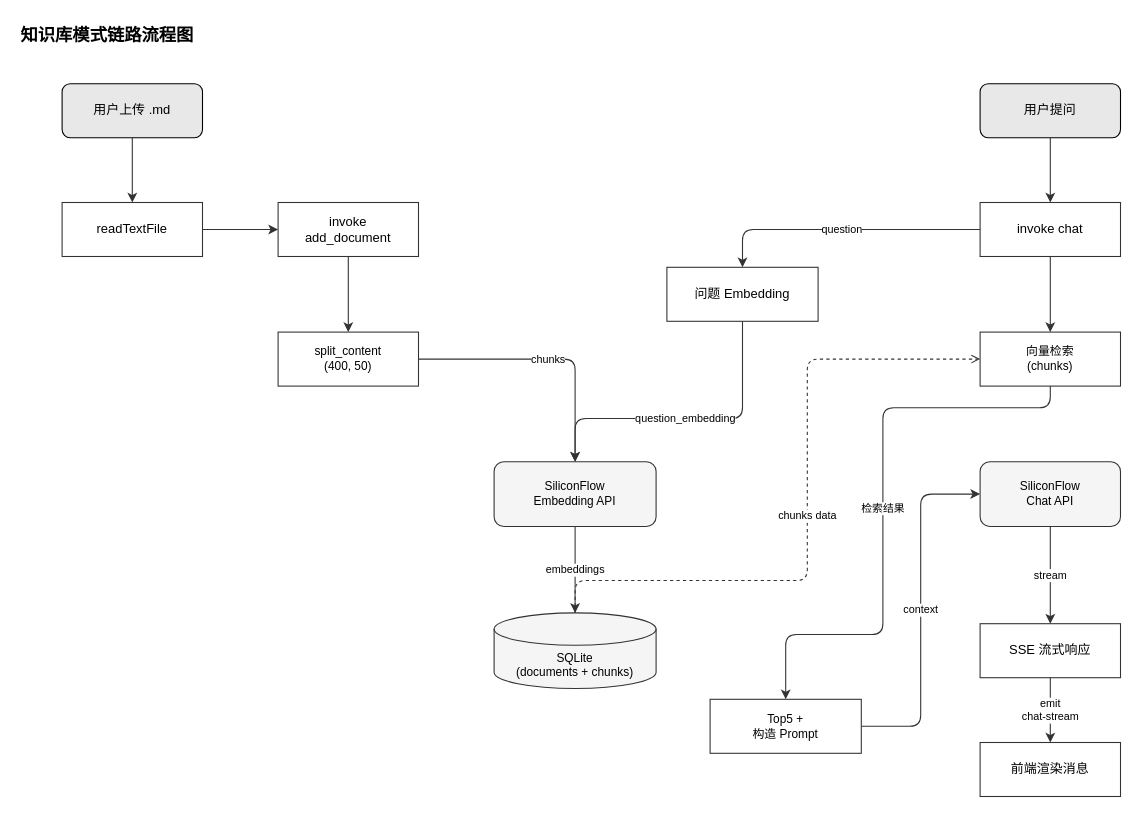
This is docs/diagrams/knowledge-base-flow.drawio from zhoumowan/zmark, a draw.io file, before an edit. Source tidied: cells renumbered, new cells numbered last; positions are measured from the earlier drawing's top-left corner, leaving out a move shared by most shapes. Both pictures are drawn from the tidied source at 108%, with x=0, y=0 at pixel (18, 18).
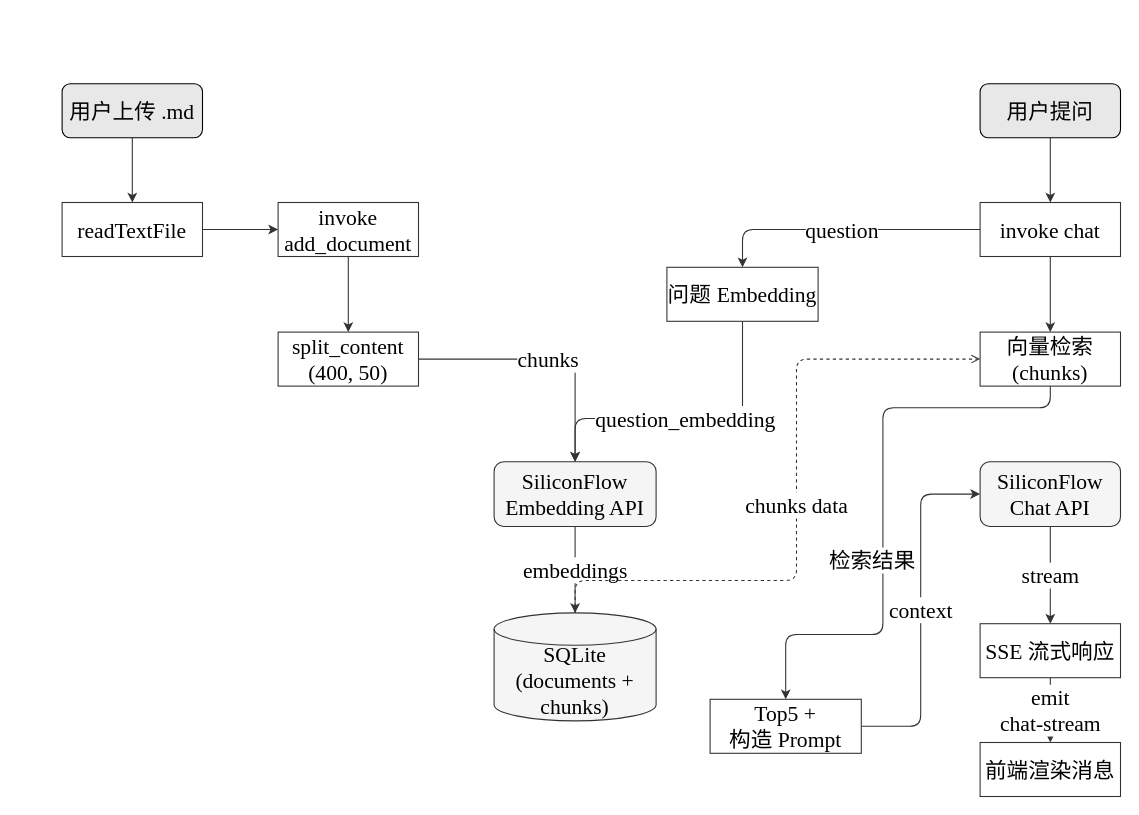
The same diagram, later.

What changed in the source:
```diff
@@
-    <mxCell id="2" value="知识库模式链路流程图" style="text;html=1;strokeColor=none;fillColor=none;align=left;verticalAlign=middle;whiteSpace=wrap;rounded=0;fontSize=16;fontStyle=1;fontColor=#000000;" parent="1" vertex="1">
-      <mxGeometry width="300" height="30" as="geometry" />
-    </mxCell>
-    <mxCell id="3" value="用户上传 .md" style="rounded=1;whiteSpace=wrap;html=1;fillColor=#e8e8e8;strokeColor=#000000;fontColor=#000000;fontSize=12;" parent="1" vertex="1">
+    <mxCell id="3" value="&lt;font face=&quot;宋体&quot;&gt;用户上传&lt;/font&gt; .md" style="rounded=1;whiteSpace=wrap;html=1;fillColor=#e8e8e8;strokeColor=#000000;fontColor=#000000;fontSize=20;fontFamily=Times New Roman;" parent="1" vertex="1">
       <mxGeometry x="40" y="60" width="130" height="50" as="geometry" />
     </mxCell>
-    <mxCell id="4" value="用户提问" style="rounded=1;whiteSpace=wrap;html=1;fillColor=#e8e8e8;strokeColor=#000000;fontColor=#000000;fontSize=12;" parent="1" vertex="1">
+    <mxCell id="4" value="&lt;font face=&quot;宋体&quot;&gt;用户提问&lt;/font&gt;" style="rounded=1;whiteSpace=wrap;html=1;fillColor=#e8e8e8;strokeColor=#000000;fontColor=#000000;fontSize=20;fontFamily=Times New Roman;" parent="1" vertex="1">
       <mxGeometry x="890" y="60" width="130" height="50" as="geometry" />
     </mxCell>
-    <mxCell id="5" value="readTextFile" style="rounded=0;whiteSpace=wrap;html=1;fillColor=#ffffff;strokeColor=#333333;fontColor=#000000;fontSize=12;" parent="1" vertex="1">
+    <mxCell id="5" value="readTextFile" style="rounded=0;whiteSpace=wrap;html=1;fillColor=#ffffff;strokeColor=#333333;fontColor=#000000;fontSize=20;fontFamily=Times New Roman;" parent="1" vertex="1">
       <mxGeometry x="40" y="170" width="130" height="50" as="geometry" />
     </mxCell>
-    <mxCell id="6" value="invoke&#10;add_document" style="rounded=0;whiteSpace=wrap;html=1;fillColor=#ffffff;strokeColor=#333333;fontColor=#000000;fontSize=12;" parent="1" vertex="1">
+    <mxCell id="6" value="invoke&#10;add_document" style="rounded=0;whiteSpace=wrap;html=1;fillColor=#ffffff;strokeColor=#333333;fontColor=#000000;fontSize=20;fontFamily=Times New Roman;" parent="1" vertex="1">
       <mxGeometry x="240" y="170" width="130" height="50" as="geometry" />
     </mxCell>
-    <mxCell id="7" value="invoke chat" style="rounded=0;whiteSpace=wrap;html=1;fillColor=#ffffff;strokeColor=#333333;fontColor=#000000;fontSize=12;" parent="1" vertex="1">
+    <mxCell id="7" value="invoke chat" style="rounded=0;whiteSpace=wrap;html=1;fillColor=#ffffff;strokeColor=#333333;fontColor=#000000;fontSize=20;fontFamily=Times New Roman;" parent="1" vertex="1">
       <mxGeometry x="890" y="170" width="130" height="50" as="geometry" />
     </mxCell>
-    <mxCell id="8" value="split_content&#10;(400, 50)" style="rounded=0;whiteSpace=wrap;html=1;fillColor=#ffffff;strokeColor=#333333;fontColor=#000000;fontSize=11;" parent="1" vertex="1">
+    <mxCell id="8" value="split_content&#10;(400, 50)" style="rounded=0;whiteSpace=wrap;html=1;fillColor=#ffffff;strokeColor=#333333;fontColor=#000000;fontSize=20;fontFamily=Times New Roman;" parent="1" vertex="1">
       <mxGeometry x="240" y="290" width="130" height="50" as="geometry" />
     </mxCell>
-    <mxCell id="9" value="问题 Embedding" style="rounded=0;whiteSpace=wrap;html=1;fillColor=#ffffff;strokeColor=#333333;fontColor=#000000;fontSize=12;" parent="1" vertex="1">
+    <mxCell id="9" value="&lt;font face=&quot;宋体&quot;&gt;问题 &lt;/font&gt;Embedding" style="rounded=0;whiteSpace=wrap;html=1;fillColor=#ffffff;strokeColor=#333333;fontColor=#000000;fontSize=20;fontFamily=Times New Roman;" parent="1" vertex="1">
       <mxGeometry x="600" y="230" width="140" height="50" as="geometry" />
     </mxCell>
-    <mxCell id="10" value="向量检索&#10;(chunks)" style="rounded=0;whiteSpace=wrap;html=1;fillColor=#ffffff;strokeColor=#333333;fontColor=#000000;fontSize=11;" parent="1" vertex="1">
+    <mxCell id="10" value="&lt;font face=&quot;宋体&quot;&gt;向量检索&lt;/font&gt;&lt;br&gt;(chunks)" style="rounded=0;whiteSpace=wrap;html=1;fillColor=#ffffff;strokeColor=#333333;fontColor=#000000;fontSize=20;fontFamily=Times New Roman;" parent="1" vertex="1">
       <mxGeometry x="890" y="290" width="130" height="50" as="geometry" />
     </mxCell>
-    <mxCell id="11" value="SiliconFlow&#10;Embedding API" style="rounded=1;whiteSpace=wrap;html=1;fillColor=#f5f5f5;strokeColor=#333333;fontColor=#000000;fontSize=11;" parent="1" vertex="1">
+    <mxCell id="11" value="SiliconFlow&#10;Embedding API" style="rounded=1;whiteSpace=wrap;html=1;fillColor=#f5f5f5;strokeColor=#333333;fontColor=#000000;fontSize=20;fontFamily=Times New Roman;" parent="1" vertex="1">
       <mxGeometry x="440" y="410" width="150" height="60" as="geometry" />
     </mxCell>
-    <mxCell id="12" value="SiliconFlow&#10;Chat API" style="rounded=1;whiteSpace=wrap;html=1;fillColor=#f5f5f5;strokeColor=#333333;fontColor=#000000;fontSize=11;" parent="1" vertex="1">
+    <mxCell id="12" value="SiliconFlow&#10;Chat API" style="rounded=1;whiteSpace=wrap;html=1;fillColor=#f5f5f5;strokeColor=#333333;fontColor=#000000;fontSize=20;fontFamily=Times New Roman;" parent="1" vertex="1">
       <mxGeometry x="890" y="410" width="130" height="60" as="geometry" />
     </mxCell>
-    <mxCell id="13" value="&lt;div&gt;&lt;br&gt;&lt;/div&gt;&lt;div&gt;&lt;br&gt;&lt;/div&gt;SQLite&lt;br&gt;(documents + chunks)" style="shape=cylinder3;whiteSpace=wrap;html=1;fillColor=#f5f5f5;strokeColor=#333333;fontColor=#000000;fontSize=11;" parent="1" vertex="1">
-      <mxGeometry x="440" y="550" width="150" height="70" as="geometry" />
+    <mxCell id="13" value="&lt;div&gt;&lt;br&gt;&lt;/div&gt;SQLite&lt;br&gt;(documents + chunks)" style="shape=cylinder3;whiteSpace=wrap;html=1;fillColor=#f5f5f5;strokeColor=#333333;fontColor=#000000;fontSize=20;fontFamily=Times New Roman;" parent="1" vertex="1">
+      <mxGeometry x="440" y="550" width="150" height="100" as="geometry" />
     </mxCell>
-    <mxCell id="14" value="Top5 +&#10;构造 Prompt" style="rounded=0;whiteSpace=wrap;html=1;fillColor=#ffffff;strokeColor=#333333;fontColor=#000000;fontSize=11;" parent="1" vertex="1">
+    <mxCell id="14" value="Top5 +&lt;br&gt;&lt;font face=&quot;宋体&quot;&gt;构造&lt;/font&gt; Prompt" style="rounded=0;whiteSpace=wrap;html=1;fillColor=#ffffff;strokeColor=#333333;fontColor=#000000;fontSize=20;fontFamily=Times New Roman;" parent="1" vertex="1">
       <mxGeometry x="640" y="630" width="140" height="50" as="geometry" />
     </mxCell>
-    <mxCell id="15" value="SSE 流式响应" style="rounded=0;whiteSpace=wrap;html=1;fillColor=#ffffff;strokeColor=#333333;fontColor=#000000;fontSize=12;" parent="1" vertex="1">
+    <mxCell id="15" value="SSE &lt;font face=&quot;宋体&quot;&gt;流式响应&lt;/font&gt;" style="rounded=0;whiteSpace=wrap;html=1;fillColor=#ffffff;strokeColor=#333333;fontColor=#000000;fontSize=20;fontFamily=Times New Roman;" parent="1" vertex="1">
       <mxGeometry x="890" y="560" width="130" height="50" as="geometry" />
     </mxCell>
-    <mxCell id="16" value="前端渲染消息" style="rounded=0;whiteSpace=wrap;html=1;fillColor=#ffffff;strokeColor=#333333;fontColor=#000000;fontSize=12;" parent="1" vertex="1">
+    <mxCell id="16" value="&lt;font face=&quot;宋体&quot;&gt;前端渲染消息&lt;/font&gt;" style="rounded=0;whiteSpace=wrap;html=1;fillColor=#ffffff;strokeColor=#333333;fontColor=#000000;fontSize=20;fontFamily=Times New Roman;" parent="1" vertex="1">
       <mxGeometry x="890" y="670" width="130" height="50" as="geometry" />
     </mxCell>
-    <mxCell id="17" style="edgeStyle=orthogonalEdgeStyle;rounded=1;jettySize=auto;html=1;strokeColor=#333333;" parent="1" edge="1" source="3" target="5">
+    <mxCell id="17" style="edgeStyle=orthogonalEdgeStyle;rounded=1;jettySize=auto;html=1;strokeColor=#333333;fontSize=20;fontFamily=Times New Roman;" parent="1" edge="1" source="3" target="5">
       <mxGeometry relative="1" as="geometry" />
     </mxCell>
-    <mxCell id="18" style="edgeStyle=orthogonalEdgeStyle;rounded=1;jettySize=auto;html=1;strokeColor=#333333;" parent="1" edge="1" source="5" target="6">
+    <mxCell id="18" style="edgeStyle=orthogonalEdgeStyle;rounded=1;jettySize=auto;html=1;strokeColor=#333333;fontSize=20;fontFamily=Times New Roman;" parent="1" edge="1" source="5" target="6">
       <mxGeometry relative="1" as="geometry" />
     </mxCell>
-    <mxCell id="19" style="edgeStyle=orthogonalEdgeStyle;rounded=1;jettySize=auto;html=1;strokeColor=#333333;" parent="1" edge="1" source="6" target="8">
+    <mxCell id="19" style="edgeStyle=orthogonalEdgeStyle;rounded=1;jettySize=auto;html=1;strokeColor=#333333;fontSize=20;fontFamily=Times New Roman;" parent="1" edge="1" source="6" target="8">
       <mxGeometry relative="1" as="geometry" />
     </mxCell>
-    <mxCell id="20" value="chunks" style="edgeStyle=orthogonalEdgeStyle;rounded=1;jettySize=auto;html=1;strokeColor=#333333;fontSize=10;" parent="1" edge="1" source="8" target="11">
+    <mxCell id="20" value="chunks" style="edgeStyle=orthogonalEdgeStyle;rounded=1;jettySize=auto;html=1;strokeColor=#333333;fontSize=20;fontFamily=Times New Roman;" parent="1" edge="1" source="8" target="11">
       <mxGeometry relative="1" as="geometry" />
     </mxCell>
-    <mxCell id="21" value="embeddings" style="edgeStyle=orthogonalEdgeStyle;rounded=1;jettySize=auto;html=1;strokeColor=#333333;fontSize=10;" parent="1" edge="1" source="11" target="13">
+    <mxCell id="21" value="embeddings" style="edgeStyle=orthogonalEdgeStyle;rounded=1;jettySize=auto;html=1;strokeColor=#333333;fontSize=20;fontFamily=Times New Roman;" parent="1" edge="1" source="11" target="13">
       <mxGeometry relative="1" as="geometry" />
     </mxCell>
-    <mxCell id="22" style="edgeStyle=orthogonalEdgeStyle;rounded=1;jettySize=auto;html=1;strokeColor=#333333;" parent="1" edge="1" source="4" target="7">
+    <mxCell id="22" style="edgeStyle=orthogonalEdgeStyle;rounded=1;jettySize=auto;html=1;strokeColor=#333333;fontSize=20;fontFamily=Times New Roman;" parent="1" edge="1" source="4" target="7">
       <mxGeometry relative="1" as="geometry" />
     </mxCell>
-    <mxCell id="23" value="question" style="edgeStyle=orthogonalEdgeStyle;rounded=1;jettySize=auto;html=1;strokeColor=#333333;fontSize=10;exitX=0;exitY=0.5;exitDx=0;exitDy=0;entryX=0.5;entryY=0;entryDx=0;entryDy=0;" parent="1" edge="1" source="7" target="9">
+    <mxCell id="23" value="question" style="edgeStyle=orthogonalEdgeStyle;rounded=1;jettySize=auto;html=1;strokeColor=#333333;fontSize=20;exitX=0;exitY=0.5;exitDx=0;exitDy=0;entryX=0.5;entryY=0;entryDx=0;entryDy=0;fontFamily=Times New Roman;" parent="1" edge="1" source="7" target="9">
       <mxGeometry relative="1" as="geometry">
         <Array as="points">
           <mxPoint x="670" y="195" />
         </Array>
       </mxGeometry>
     </mxCell>
-    <mxCell id="24" style="edgeStyle=orthogonalEdgeStyle;rounded=1;jettySize=auto;html=1;strokeColor=#333333;" parent="1" edge="1" source="7" target="10">
+    <mxCell id="24" style="edgeStyle=orthogonalEdgeStyle;rounded=1;jettySize=auto;html=1;strokeColor=#333333;fontSize=20;fontFamily=Times New Roman;" parent="1" edge="1" source="7" target="10">
       <mxGeometry relative="1" as="geometry" />
     </mxCell>
-    <mxCell id="25" value="question_embedding" style="edgeStyle=orthogonalEdgeStyle;rounded=1;jettySize=auto;html=1;strokeColor=#333333;fontSize=10;exitX=0.5;exitY=1;exitDx=0;exitDy=0;entryX=0.5;entryY=0;entryDx=0;entryDy=0;" parent="1" edge="1" source="9" target="11">
+    <mxCell id="25" value="question_embedding" style="edgeStyle=orthogonalEdgeStyle;rounded=1;jettySize=auto;html=1;strokeColor=#333333;fontSize=20;exitX=0.5;exitY=1;exitDx=0;exitDy=0;entryX=0.5;entryY=0;entryDx=0;entryDy=0;fontFamily=Times New Roman;" parent="1" edge="1" source="9" target="11">
       <mxGeometry relative="1" as="geometry">
         <Array as="points">
           <mxPoint x="670" y="370" />
           <mxPoint x="515" y="370" />
         </Array>
       </mxGeometry>
     </mxCell>
-    <mxCell id="26" value="检索结果" style="edgeStyle=orthogonalEdgeStyle;rounded=1;jettySize=auto;html=1;strokeColor=#333333;fontSize=10;exitX=0.5;exitY=1;exitDx=0;exitDy=0;entryX=0.5;entryY=0;entryDx=0;entryDy=0;" parent="1" edge="1" source="10" target="14">
-      <mxGeometry relative="1" as="geometry">
+    <mxCell id="26" value="&lt;font face=&quot;宋体&quot;&gt;检索结果&lt;/font&gt;" style="edgeStyle=orthogonalEdgeStyle;rounded=1;jettySize=auto;html=1;strokeColor=#333333;fontSize=20;exitX=0.5;exitY=1;exitDx=0;exitDy=0;entryX=0.5;entryY=0;entryDx=0;entryDy=0;fontFamily=Times New Roman;" parent="1" edge="1" source="10" target="14">
+      <mxGeometry x="0.18" y="-10" relative="1" as="geometry">
         <Array as="points">
           <mxPoint x="955" y="360" />
           <mxPoint x="800" y="360" />
           <mxPoint x="800" y="570" />
           <mxPoint x="710" y="570" />
         </Array>
       </mxGeometry>
     </mxCell>
-    <mxCell id="27" value="context" style="edgeStyle=orthogonalEdgeStyle;rounded=1;jettySize=auto;html=1;strokeColor=#333333;fontSize=10;exitX=1;exitY=0.5;exitDx=0;exitDy=0;entryX=0;entryY=0.5;entryDx=0;entryDy=0;" parent="1" edge="1" source="14" target="12">
+    <mxCell id="27" value="context" style="edgeStyle=orthogonalEdgeStyle;rounded=1;jettySize=auto;html=1;strokeColor=#333333;fontSize=20;exitX=1;exitY=0.5;exitDx=0;exitDy=0;entryX=0;entryY=0.5;entryDx=0;entryDy=0;fontFamily=Times New Roman;" parent="1" edge="1" source="14" target="12">
       <mxGeometry relative="1" as="geometry" />
     </mxCell>
-    <mxCell id="28" value="stream" style="edgeStyle=orthogonalEdgeStyle;rounded=1;jettySize=auto;html=1;strokeColor=#333333;fontSize=10;" parent="1" edge="1" source="12" target="15">
+    <mxCell id="28" value="stream" style="edgeStyle=orthogonalEdgeStyle;rounded=1;jettySize=auto;html=1;strokeColor=#333333;fontSize=20;fontFamily=Times New Roman;" parent="1" edge="1" source="12" target="15">
       <mxGeometry relative="1" as="geometry" />
     </mxCell>
-    <mxCell id="29" value="emit&#10;chat-stream" style="edgeStyle=orthogonalEdgeStyle;rounded=1;jettySize=auto;html=1;strokeColor=#333333;fontSize=10;entryX=0.5;entryY=0;entryDx=0;entryDy=0;" parent="1" edge="1" source="15" target="16">
+    <mxCell id="29" value="emit&#10;chat-stream" style="edgeStyle=orthogonalEdgeStyle;rounded=1;jettySize=auto;html=1;strokeColor=#333333;fontSize=20;entryX=0.5;entryY=0;entryDx=0;entryDy=0;fontFamily=Times New Roman;" parent="1" edge="1" source="15" target="16">
       <mxGeometry relative="1" as="geometry" />
     </mxCell>
-    <mxCell id="30" value="chunks data" style="edgeStyle=orthogonalEdgeStyle;rounded=1;jettySize=auto;html=1;strokeColor=#333333;fontSize=10;dashed=1;endArrow=open;" parent="1" edge="1" source="13" target="10">
+    <mxCell id="30" value="chunks data" style="edgeStyle=orthogonalEdgeStyle;rounded=1;jettySize=auto;html=1;strokeColor=#333333;fontSize=20;dashed=1;endArrow=open;fontFamily=Times New Roman;" parent="1" edge="1" source="13" target="10">
       <mxGeometry relative="1" as="geometry">
         <Array as="points">
           <mxPoint x="515" y="520" />
-          <mxPoint x="730" y="520" />
-          <mxPoint x="730" y="315" />
+          <mxPoint x="720" y="520" />
+          <mxPoint x="720" y="315" />
         </Array>
       </mxGeometry>
     </mxCell>
```
